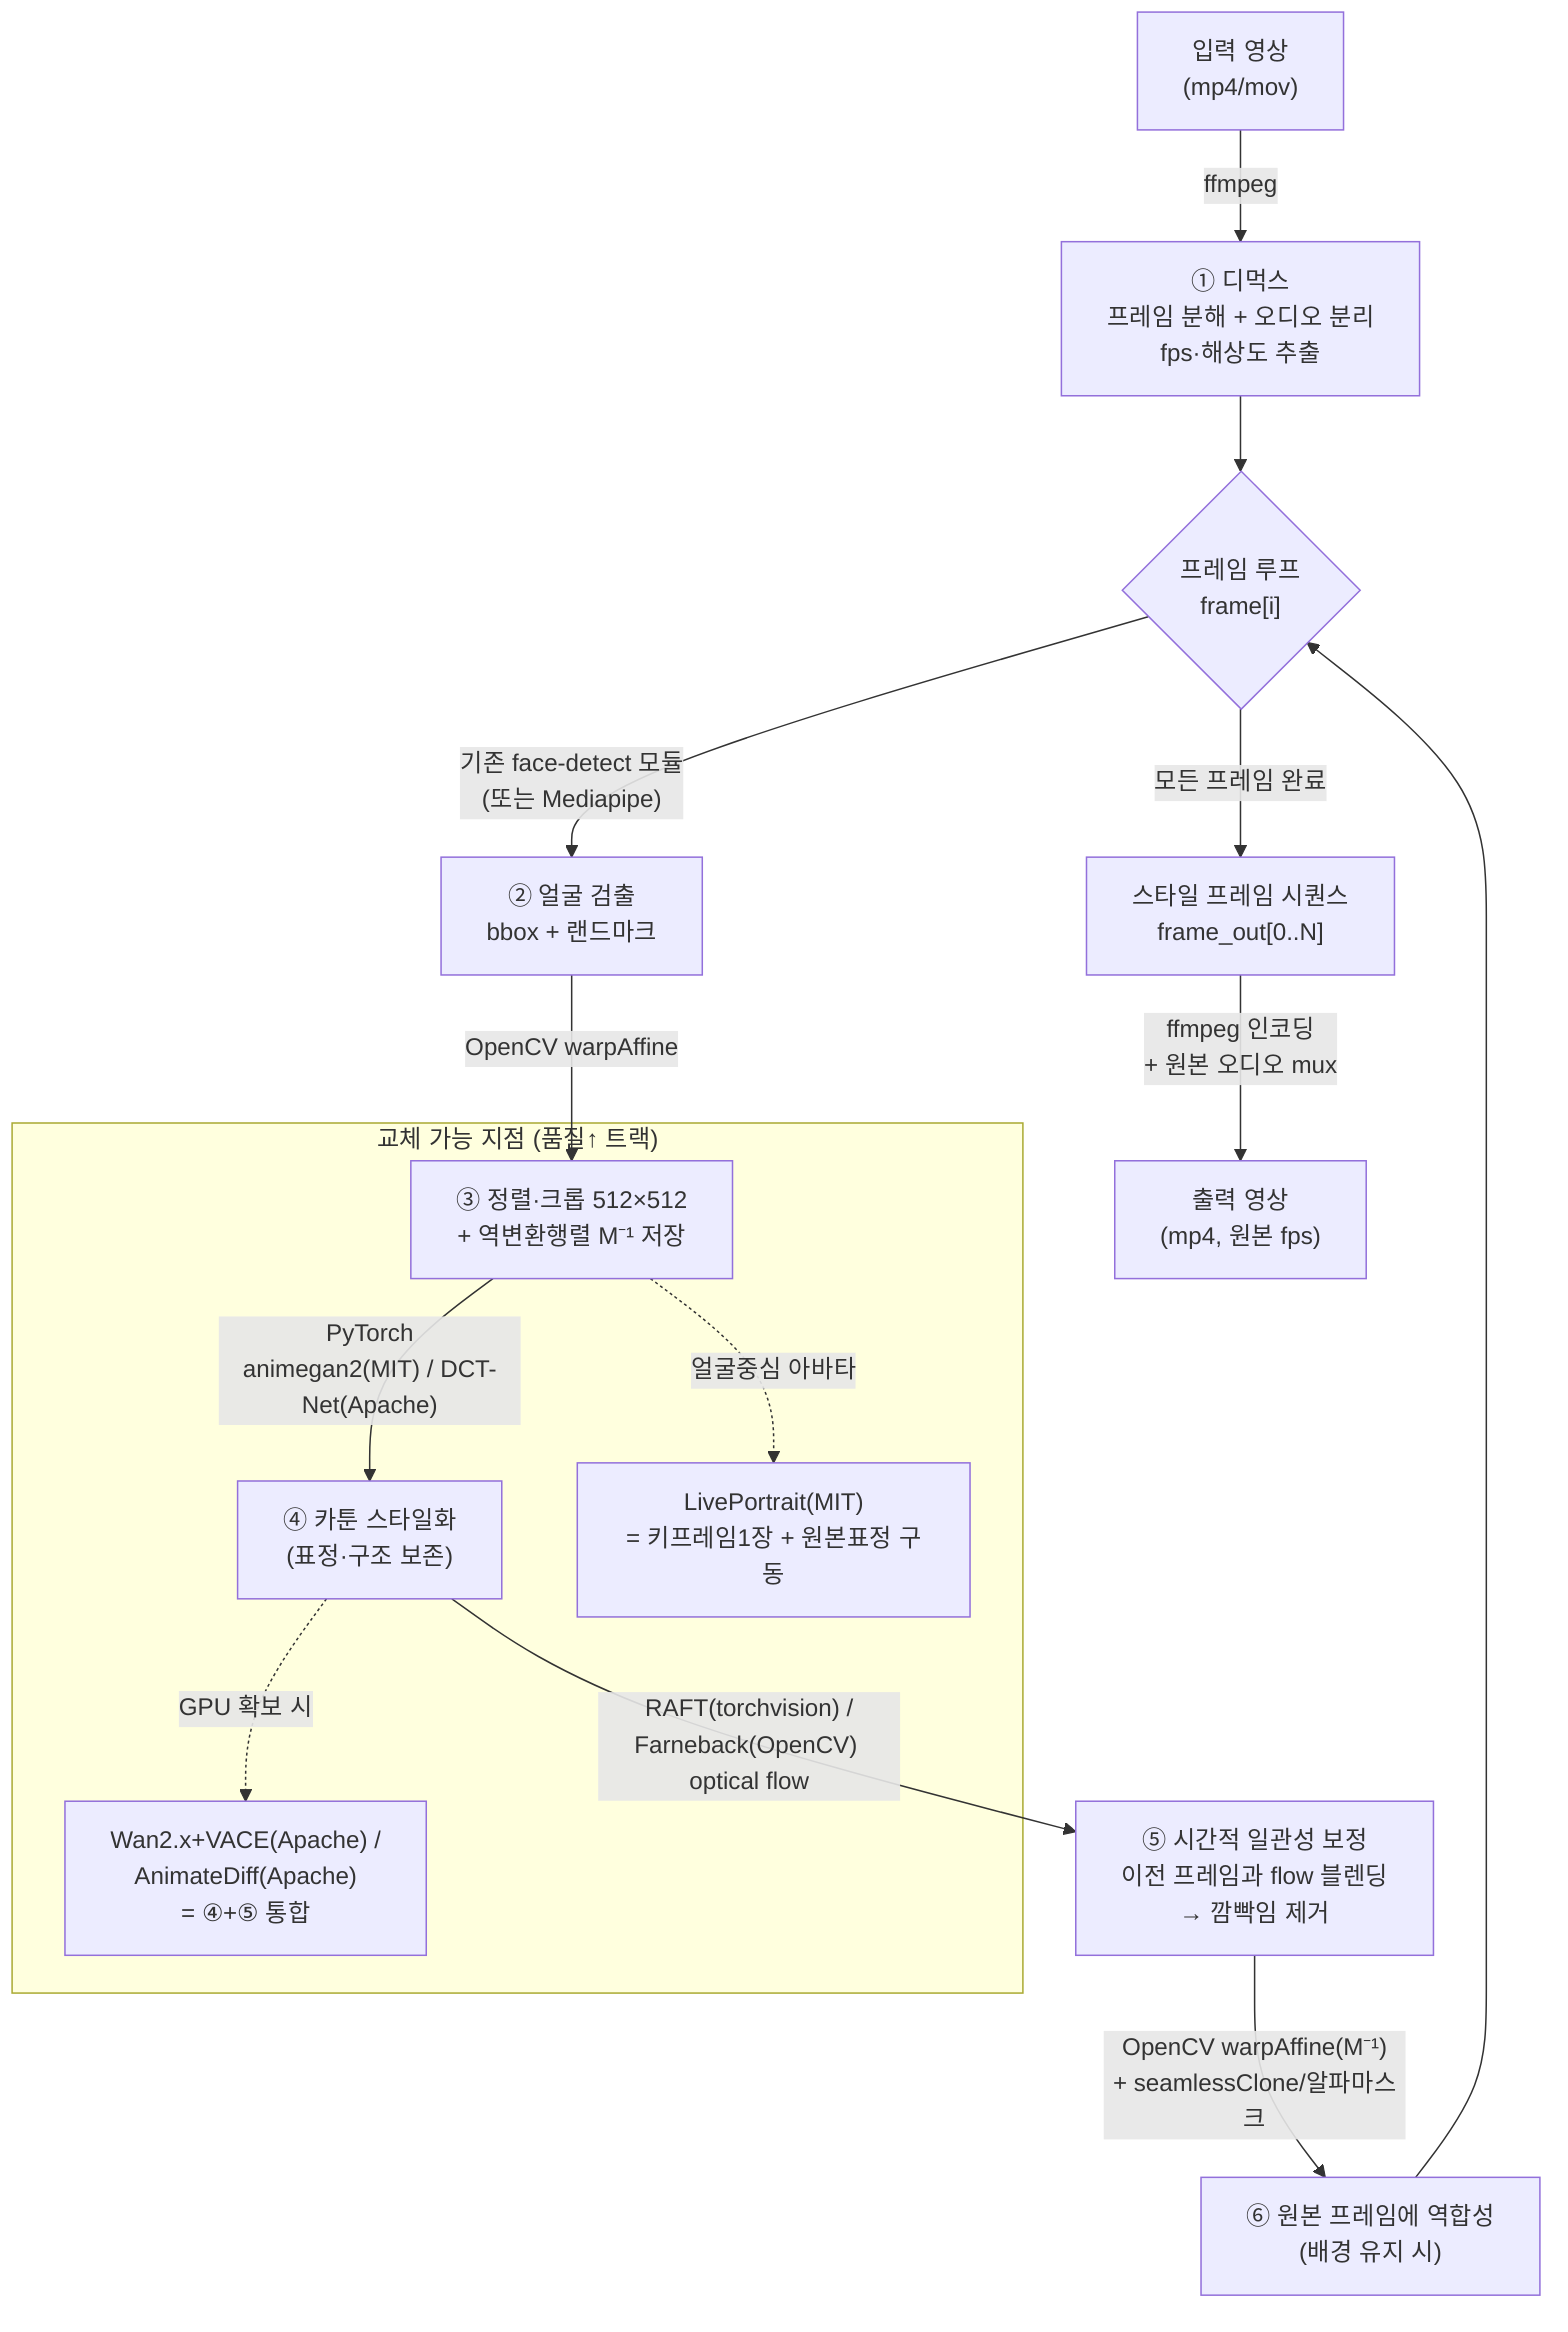
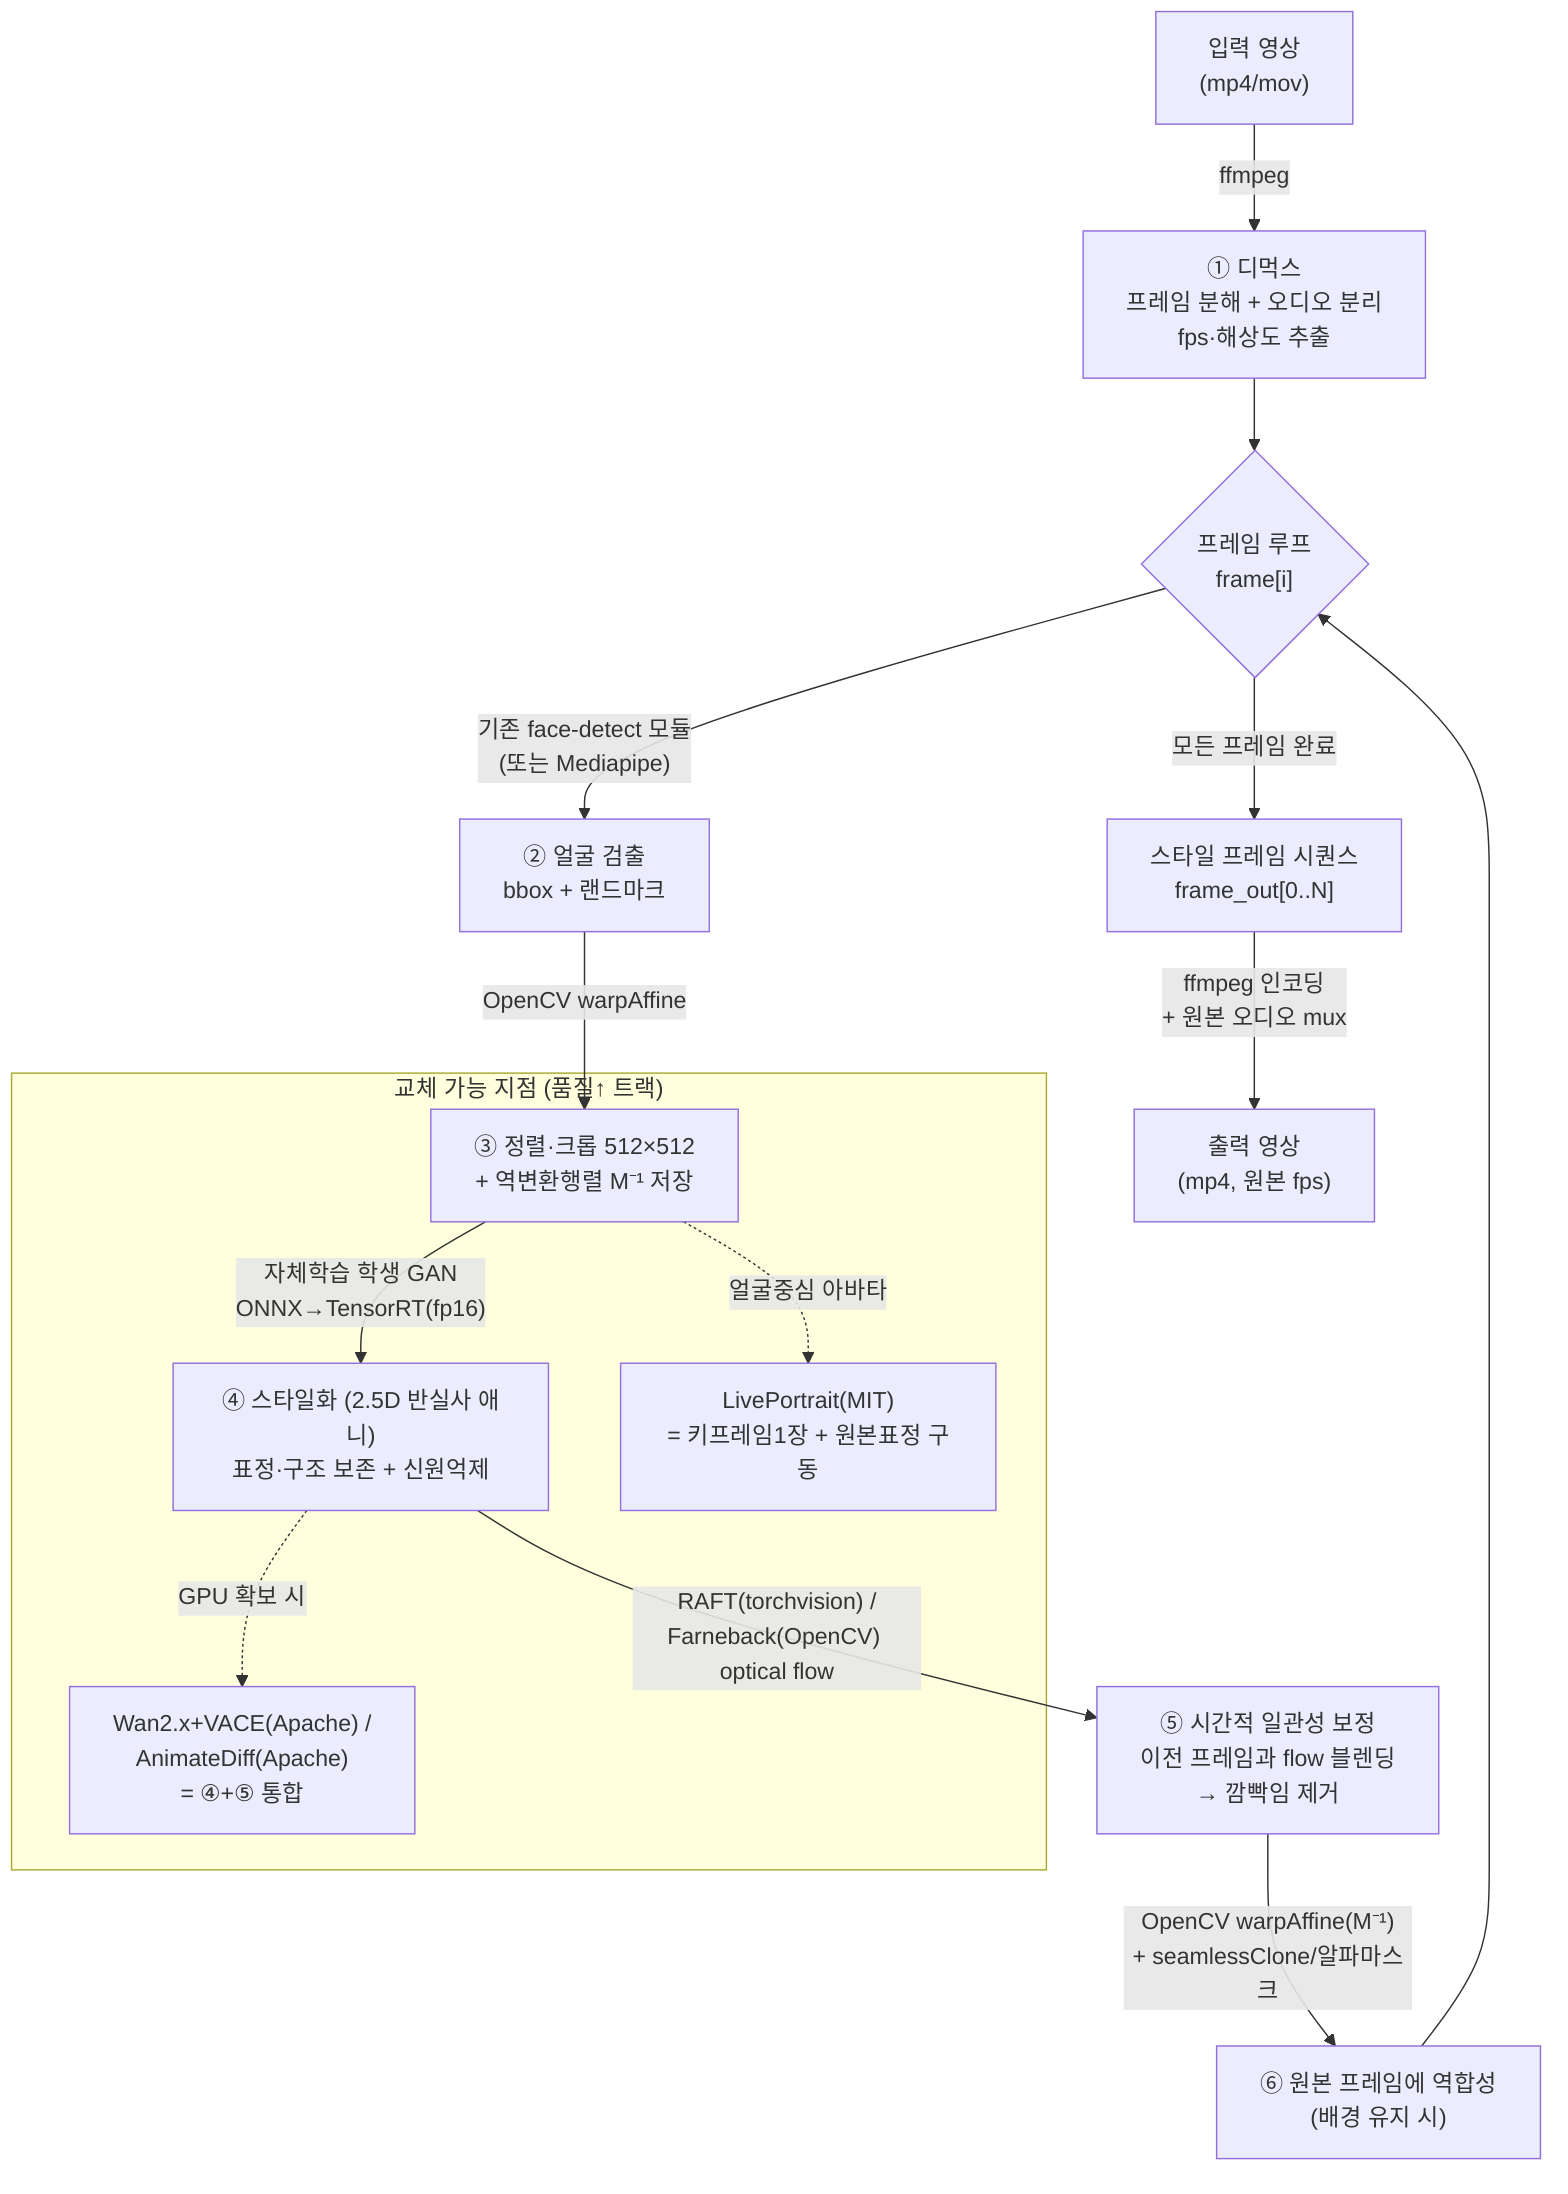
flowchart TD
    A["입력 영상<br/>(mp4/mov)"] -->|ffmpeg| B["① 디먹스<br/>프레임 분해 + 오디오 분리<br/>fps·해상도 추출"]
    B --> C{"프레임 루프<br/>frame[i]"}

    C -->|"기존 face-detect 모듈<br/>(또는 Mediapipe)"| D["② 얼굴 검출<br/>bbox + 랜드마크"]
    D -->|"OpenCV warpAffine"| E["③ 정렬·크롭 512×512<br/>+ 역변환행렬 M⁻¹ 저장"]
-     E -->|"PyTorch<br/>animegan2(MIT) / DCT-Net(Apache)"| F["④ 카툰 스타일화<br/>(표정·구조 보존)"]
+     E -->|"자체학습 학생 GAN<br/>ONNX→TensorRT(fp16)"| F["④ 스타일화 (2.5D 반실사 애니)<br/>표정·구조 보존 + 신원억제"]
    F -->|"RAFT(torchvision) /<br/>Farneback(OpenCV) optical flow"| G["⑤ 시간적 일관성 보정<br/>이전 프레임과 flow 블렌딩<br/>→ 깜빡임 제거"]
    G -->|"OpenCV warpAffine(M⁻¹)<br/>+ seamlessClone/알파마스크"| H["⑥ 원본 프레임에 역합성<br/>(배경 유지 시)"]
    H --> C

    C -->|모든 프레임 완료| I["스타일 프레임 시퀀스<br/>frame_out[0..N]"]
    I -->|"ffmpeg 인코딩<br/>+ 원본 오디오 mux"| J["출력 영상<br/>(mp4, 원본 fps)"]

    subgraph SWAP["교체 가능 지점 (품질↑ 트랙)"]
        F -.->|GPU 확보 시| K["Wan2.x+VACE(Apache) /<br/>AnimateDiff(Apache)<br/>= ④+⑤ 통합"]
        E -.->|얼굴중심 아바타| L["LivePortrait(MIT)<br/>= 키프레임1장 + 원본표정 구동"]
    end
